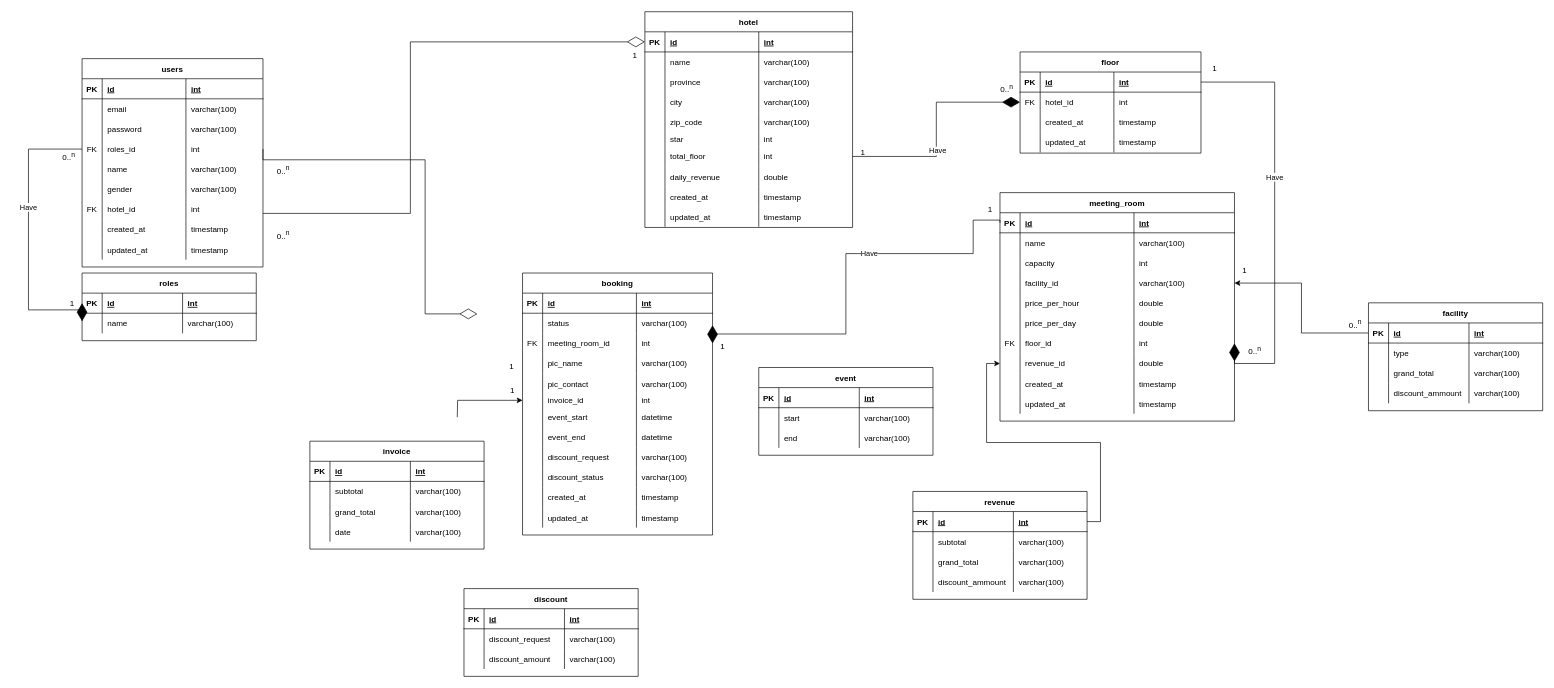
Earlier version of the draw.io diagram page "ERD Practice" (2 of 5) of entity_relationship_diagram/Booking_hotel.drawio (ariejanuarb/hotel_booking). Source tidied: cells renumbered, new cells numbered last; positions are measured from the earlier drawing's top-left corner, leaving out a move shared by most shapes. Both pictures are drawn from the tidied source at 67%, with x=0, y=0 at pixel (28, 11).
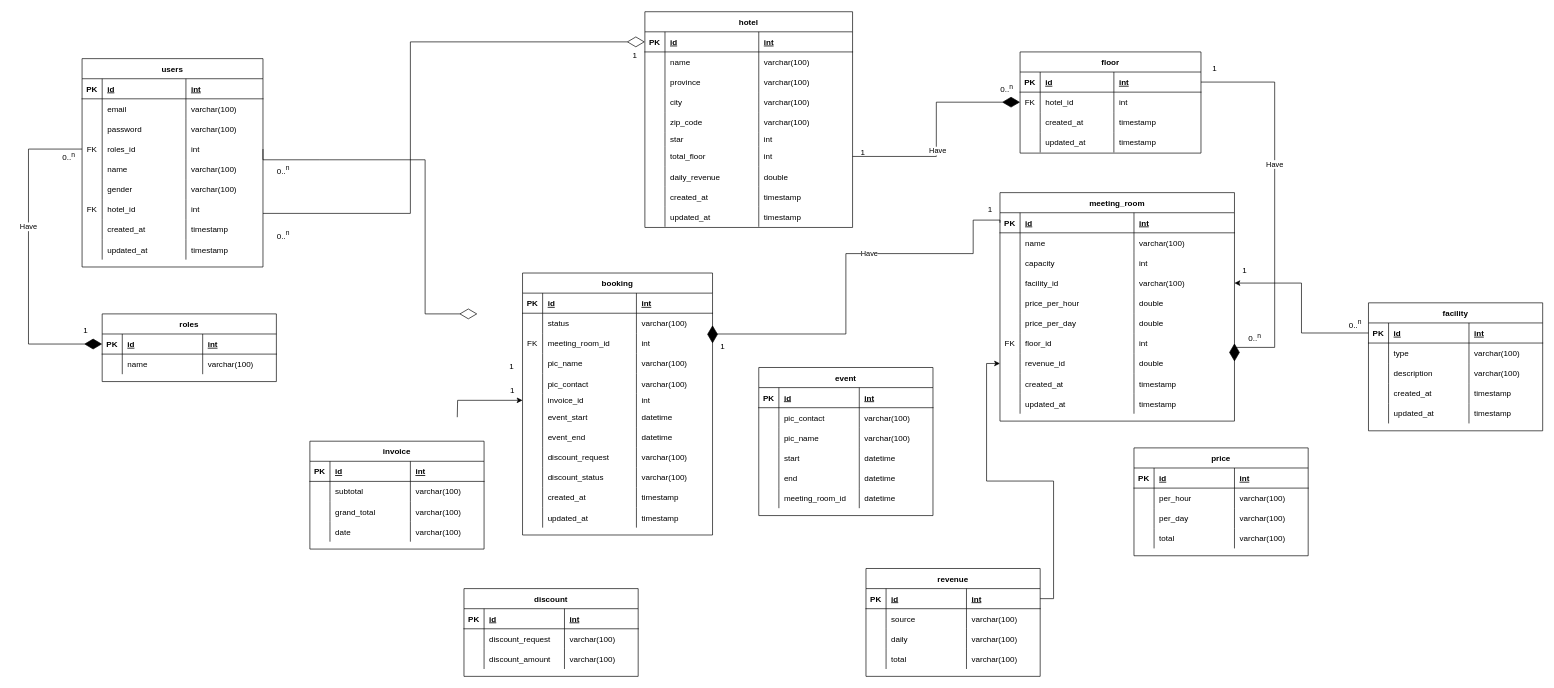
The same diagram, later.

The change refers to these unchanged cells:
```xml
<mxCell id="3" style="shape=partialRectangle;fillColor=none;points=[[0,0.5],[1,0.5]];portConstraint=eastwest;top=0;left=0;right=0;bottom=1;" parent="2" vertex="1">
  <mxGeometry y="30" width="260" height="30" as="geometry" />
</mxCell>
<mxCell id="24" style="shape=partialRectangle;fillColor=none;points=[[0,0.5],[1,0.5]];portConstraint=eastwest;top=0;left=0;right=0;bottom=0;" parent="11" vertex="1">
  <mxGeometry y="120" width="270" height="30" as="geometry" />
</mxCell>
<mxCell id="49" style="shape=partialRectangle;fillColor=none;points=[[0,0.5],[1,0.5]];portConstraint=eastwest;top=0;left=0;right=0;bottom=1;" parent="48" vertex="1">
  <mxGeometry y="30" width="270" height="30" as="geometry" />
</mxCell>
<mxCell id="90" style="shape=partialRectangle;fillColor=none;points=[[0,0.5],[1,0.5]];portConstraint=eastwest;top=0;left=0;right=0;bottom=0;" parent="65" vertex="1">
  <mxGeometry y="210" width="350" height="30" as="geometry" />
</mxCell>
<mxCell id="245" style="shape=partialRectangle;fillColor=none;top=0;left=0;right=0;bottom=0;" parent="236" vertex="1">
  <mxGeometry y="90" width="260" height="30" as="geometry" />
</mxCell>
<mxCell id="258" style="shape=partialRectangle;fillColor=none;top=0;left=0;right=0;bottom=0;" parent="253" vertex="1">
  <mxGeometry y="60" width="260" height="30" as="geometry" />
</mxCell>
<mxCell id="271" style="shape=partialRectangle;fillColor=none;top=0;left=0;right=0;bottom=0;" parent="266" vertex="1">
  <mxGeometry y="60" width="260" height="30" as="geometry" />
</mxCell>
<mxCell id="275" style="shape=partialRectangle;fillColor=none;top=0;left=0;right=0;bottom=0;" parent="266" vertex="1">
  <mxGeometry y="90" width="260" height="30" as="geometry" />
</mxCell>
<mxCell id="279" style="shape=partialRectangle;fillColor=none;top=0;left=0;right=0;bottom=0;" parent="266" vertex="1">
  <mxGeometry y="120" width="260" height="30" as="geometry" />
</mxCell>
```

What changed in the source:
```diff
@@
     <mxCell id="2" value="roles" style="shape=table;startSize=30;childLayout=tableLayout;rowLines=0;fontStyle=1;align=center;" parent="1" vertex="1">
-      <mxGeometry x="80" y="390" width="260" height="101" as="geometry" />
+      <mxGeometry x="110" y="451" width="260" height="101" as="geometry" />
     </mxCell>
@@
     <mxCell id="154" style="endArrow=diamondThin;endFill=1;endSize=24;html=1;rounded=0;edgeStyle=orthogonalEdgeStyle;entryX=1;entryY=0.5;entryDx=0;entryDy=0;exitX=1;exitY=0.5;exitDx=0;exitDy=0;" parent="1" edge="1" source="49" target="90">
       <mxGeometry relative="1" as="geometry">
         <Array as="points">
           <mxPoint x="1860" y="105" />
-          <mxPoint x="1860" y="525" />
+          <mxPoint x="1860" y="501" />
+          <mxPoint x="1800" y="501" />
         </Array>
       </mxGeometry>
     </mxCell>
@@
     <mxCell id="157" value="0..&lt;sup&gt;n&lt;/sup&gt;" style="text;html=1;align=center;verticalAlign=middle;strokeColor=none;fillColor=none;" parent="1" vertex="1">
-      <mxGeometry x="1810" y="491" width="40" height="30" as="geometry" />
+      <mxGeometry x="1810" y="471" width="40" height="30" as="geometry" />
     </mxCell>
@@
     <mxCell id="211" value="1" style="text;html=1;align=center;verticalAlign=middle;strokeColor=none;fillColor=none;" parent="1" vertex="1">
-      <mxGeometry x="50" y="421" width="30" height="30" as="geometry" />
+      <mxGeometry x="70" y="461" width="30" height="30" as="geometry" />
     </mxCell>
@@
     <mxCell id="213" style="endArrow=diamondThin;endFill=1;endSize=24;html=1;rounded=0;edgeStyle=orthogonalEdgeStyle;entryX=0;entryY=0.5;entryDx=0;entryDy=0;exitX=0;exitY=0.5;exitDx=0;exitDy=0;" parent="1" edge="1" source="24" target="3">
       <mxGeometry relative="1" as="geometry">
         <Array as="points">
           <mxPoint y="205" />
-          <mxPoint y="445" />
-          <mxPoint x="80" y="445" />
+          <mxPoint y="496" />
         </Array>
       </mxGeometry>
     </mxCell>
@@
     <mxCell id="236" value="facility" style="shape=table;startSize=30;childLayout=tableLayout;rowLines=0;fontStyle=1;align=center;" parent="1" vertex="1">
-      <mxGeometry x="2000" y="434.5" width="260" height="161" as="geometry" />
+      <mxGeometry x="2000" y="434.5" width="260" height="191" as="geometry" />
     </mxCell>
@@
-    <mxCell id="247" value="grand_total" style="shape=partialRectangle;overflow=hidden;fillColor=none;top=0;left=0;bottom=0;right=0;align=left;spacingLeft=6;" parent="245" vertex="1">
+    <mxCell id="247" value="description" style="shape=partialRectangle;overflow=hidden;fillColor=none;top=0;left=0;bottom=0;right=0;align=left;spacingLeft=6;" parent="245" vertex="1">
       <mxGeometry x="30" width="120" height="30" as="geometry" />
     </mxCell>
@@
-    <mxCell id="249" style="shape=partialRectangle;fillColor=none;top=0;left=0;right=0;bottom=0;" parent="236" vertex="1">
-      <mxGeometry y="120" width="260" height="30" as="geometry" />
-    </mxCell>
-    <mxCell id="250" style="shape=partialRectangle;overflow=hidden;fillColor=none;top=0;left=0;bottom=0;right=0;" parent="249" vertex="1">
-      <mxGeometry width="30" height="30" as="geometry" />
-    </mxCell>
-    <mxCell id="251" value="discount_ammount" style="shape=partialRectangle;overflow=hidden;fillColor=none;top=0;left=0;bottom=0;right=0;align=left;spacingLeft=6;" parent="249" vertex="1">
-      <mxGeometry x="30" width="120" height="30" as="geometry" />
-    </mxCell>
-    <mxCell id="252" value="varchar(100)" style="shape=partialRectangle;overflow=hidden;fillColor=none;top=0;left=0;bottom=0;right=0;align=left;spacingLeft=6;" parent="249" vertex="1">
-      <mxGeometry x="150" width="110" height="30" as="geometry" />
-    </mxCell>
+    <mxCell id="304" style="shape=partialRectangle;fillColor=none;top=0;left=0;right=0;bottom=0;" parent="236" vertex="1">
+      <mxGeometry y="120" width="260" height="30" as="geometry" />
+    </mxCell>
+    <mxCell id="305" style="shape=partialRectangle;overflow=hidden;fillColor=none;top=0;left=0;bottom=0;right=0;" parent="304" vertex="1">
+      <mxGeometry width="30" height="30" as="geometry" />
+    </mxCell>
+    <mxCell id="306" value="created_at" style="shape=partialRectangle;overflow=hidden;fillColor=none;top=0;left=0;bottom=0;right=0;align=left;spacingLeft=6;" parent="304" vertex="1">
+      <mxGeometry x="30" width="120" height="30" as="geometry" />
+    </mxCell>
+    <mxCell id="307" value="timestamp" style="shape=partialRectangle;overflow=hidden;fillColor=none;top=0;left=0;bottom=0;right=0;align=left;spacingLeft=6;" parent="304" vertex="1">
+      <mxGeometry x="150" width="110" height="30" as="geometry" />
+    </mxCell>
+    <mxCell id="308" style="shape=partialRectangle;fillColor=none;top=0;left=0;right=0;bottom=0;" parent="236" vertex="1">
+      <mxGeometry y="150" width="260" height="30" as="geometry" />
+    </mxCell>
+    <mxCell id="309" style="shape=partialRectangle;overflow=hidden;fillColor=none;top=0;left=0;bottom=0;right=0;" parent="308" vertex="1">
+      <mxGeometry width="30" height="30" as="geometry" />
+    </mxCell>
+    <mxCell id="310" value="updated_at" style="shape=partialRectangle;overflow=hidden;fillColor=none;top=0;left=0;bottom=0;right=0;align=left;spacingLeft=6;" parent="308" vertex="1">
+      <mxGeometry x="30" width="120" height="30" as="geometry" />
+    </mxCell>
+    <mxCell id="311" value="timestamp" style="shape=partialRectangle;overflow=hidden;fillColor=none;top=0;left=0;bottom=0;right=0;align=left;spacingLeft=6;" parent="308" vertex="1">
+      <mxGeometry x="150" width="110" height="30" as="geometry" />
+    </mxCell>
     <mxCell id="253" value="event" style="shape=table;startSize=30;childLayout=tableLayout;rowLines=0;fontStyle=1;align=center;" parent="1" vertex="1">
-      <mxGeometry x="1090" y="531" width="260" height="131" as="geometry" />
+      <mxGeometry x="1090" y="531" width="260" height="221" as="geometry" />
     </mxCell>
@@
-    <mxCell id="260" value="start" style="shape=partialRectangle;overflow=hidden;fillColor=none;top=0;left=0;bottom=0;right=0;align=left;spacingLeft=6;" parent="258" vertex="1">
+    <mxCell id="260" value="pic_contact" style="shape=partialRectangle;overflow=hidden;fillColor=none;top=0;left=0;bottom=0;right=0;align=left;spacingLeft=6;" parent="258" vertex="1">
       <mxGeometry x="30" width="120" height="30" as="geometry" />
     </mxCell>
@@
+    <mxCell id="312" style="shape=partialRectangle;fillColor=none;top=0;left=0;right=0;bottom=0;" parent="253" vertex="1">
+      <mxGeometry y="90" width="260" height="30" as="geometry" />
+    </mxCell>
+    <mxCell id="313" style="shape=partialRectangle;overflow=hidden;fillColor=none;top=0;left=0;bottom=0;right=0;" parent="312" vertex="1">
+      <mxGeometry width="30" height="30" as="geometry" />
+    </mxCell>
+    <mxCell id="314" value="pic_name" style="shape=partialRectangle;overflow=hidden;fillColor=none;top=0;left=0;bottom=0;right=0;align=left;spacingLeft=6;" parent="312" vertex="1">
+      <mxGeometry x="30" width="120" height="30" as="geometry" />
+    </mxCell>
+    <mxCell id="315" value="varchar(100)" style="shape=partialRectangle;overflow=hidden;fillColor=none;top=0;left=0;bottom=0;right=0;align=left;spacingLeft=6;" parent="312" vertex="1">
+      <mxGeometry x="150" width="110" height="30" as="geometry" />
+    </mxCell>
     <mxCell id="262" style="shape=partialRectangle;fillColor=none;top=0;left=0;right=0;bottom=0;" parent="253" vertex="1">
-      <mxGeometry y="90" width="260" height="30" as="geometry" />
+      <mxGeometry y="120" width="260" height="30" as="geometry" />
     </mxCell>
@@
-    <mxCell id="264" value="end" style="shape=partialRectangle;overflow=hidden;fillColor=none;top=0;left=0;bottom=0;right=0;align=left;spacingLeft=6;" parent="262" vertex="1">
+    <mxCell id="264" value="start" style="shape=partialRectangle;overflow=hidden;fillColor=none;top=0;left=0;bottom=0;right=0;align=left;spacingLeft=6;" parent="262" vertex="1">
       <mxGeometry x="30" width="120" height="30" as="geometry" />
     </mxCell>
-    <mxCell id="265" value="varchar(100)" style="shape=partialRectangle;overflow=hidden;fillColor=none;top=0;left=0;bottom=0;right=0;align=left;spacingLeft=6;" parent="262" vertex="1">
+    <mxCell id="265" value="datetime" style="shape=partialRectangle;overflow=hidden;fillColor=none;top=0;left=0;bottom=0;right=0;align=left;spacingLeft=6;" parent="262" vertex="1">
       <mxGeometry x="150" width="110" height="30" as="geometry" />
     </mxCell>
+    <mxCell id="316" style="shape=partialRectangle;fillColor=none;top=0;left=0;right=0;bottom=0;" parent="253" vertex="1">
+      <mxGeometry y="150" width="260" height="30" as="geometry" />
+    </mxCell>
+    <mxCell id="317" style="shape=partialRectangle;overflow=hidden;fillColor=none;top=0;left=0;bottom=0;right=0;" parent="316" vertex="1">
+      <mxGeometry width="30" height="30" as="geometry" />
+    </mxCell>
+    <mxCell id="318" value="end" style="shape=partialRectangle;overflow=hidden;fillColor=none;top=0;left=0;bottom=0;right=0;align=left;spacingLeft=6;" parent="316" vertex="1">
+      <mxGeometry x="30" width="120" height="30" as="geometry" />
+    </mxCell>
+    <mxCell id="319" value="datetime" style="shape=partialRectangle;overflow=hidden;fillColor=none;top=0;left=0;bottom=0;right=0;align=left;spacingLeft=6;" parent="316" vertex="1">
+      <mxGeometry x="150" width="110" height="30" as="geometry" />
+    </mxCell>
+    <mxCell id="320" style="shape=partialRectangle;fillColor=none;top=0;left=0;right=0;bottom=0;" parent="253" vertex="1">
+      <mxGeometry y="180" width="260" height="30" as="geometry" />
+    </mxCell>
+    <mxCell id="321" style="shape=partialRectangle;overflow=hidden;fillColor=none;top=0;left=0;bottom=0;right=0;" parent="320" vertex="1">
+      <mxGeometry width="30" height="30" as="geometry" />
+    </mxCell>
+    <mxCell id="322" value="meeting_room_id" style="shape=partialRectangle;overflow=hidden;fillColor=none;top=0;left=0;bottom=0;right=0;align=left;spacingLeft=6;" parent="320" vertex="1">
+      <mxGeometry x="30" width="120" height="30" as="geometry" />
+    </mxCell>
+    <mxCell id="323" value="datetime" style="shape=partialRectangle;overflow=hidden;fillColor=none;top=0;left=0;bottom=0;right=0;align=left;spacingLeft=6;" parent="320" vertex="1">
+      <mxGeometry x="150" width="110" height="30" as="geometry" />
+    </mxCell>
     <mxCell id="266" value="revenue" style="shape=table;startSize=30;childLayout=tableLayout;rowLines=0;fontStyle=1;align=center;" parent="1" vertex="1">
-      <mxGeometry x="1320" y="716" width="260" height="161" as="geometry" />
+      <mxGeometry x="1250" y="831" width="260" height="161" as="geometry" />
     </mxCell>
@@
-    <mxCell id="273" value="subtotal" style="shape=partialRectangle;overflow=hidden;fillColor=none;top=0;left=0;bottom=0;right=0;align=left;spacingLeft=6;" parent="271" vertex="1">
+    <mxCell id="273" value="source" style="shape=partialRectangle;overflow=hidden;fillColor=none;top=0;left=0;bottom=0;right=0;align=left;spacingLeft=6;" parent="271" vertex="1">
       <mxGeometry x="30" width="120" height="30" as="geometry" />
     </mxCell>
@@
-    <mxCell id="277" value="grand_total" style="shape=partialRectangle;overflow=hidden;fillColor=none;top=0;left=0;bottom=0;right=0;align=left;spacingLeft=6;" parent="275" vertex="1">
+    <mxCell id="277" value="daily" style="shape=partialRectangle;overflow=hidden;fillColor=none;top=0;left=0;bottom=0;right=0;align=left;spacingLeft=6;" parent="275" vertex="1">
       <mxGeometry x="30" width="120" height="30" as="geometry" />
     </mxCell>
@@
-    <mxCell id="281" value="discount_ammount" style="shape=partialRectangle;overflow=hidden;fillColor=none;top=0;left=0;bottom=0;right=0;align=left;spacingLeft=6;" parent="279" vertex="1">
+    <mxCell id="281" value="total" style="shape=partialRectangle;overflow=hidden;fillColor=none;top=0;left=0;bottom=0;right=0;align=left;spacingLeft=6;" parent="279" vertex="1">
       <mxGeometry x="30" width="120" height="30" as="geometry" />
     </mxCell>
@@
+    <mxCell id="324" value="price" style="shape=table;startSize=30;childLayout=tableLayout;rowLines=0;fontStyle=1;align=center;" parent="1" vertex="1">
+      <mxGeometry x="1650" y="651" width="260" height="161" as="geometry" />
+    </mxCell>
+    <mxCell id="325" style="shape=partialRectangle;fillColor=none;top=0;left=0;right=0;bottom=1;" parent="324" vertex="1">
+      <mxGeometry y="30" width="260" height="30" as="geometry" />
+    </mxCell>
+    <mxCell id="326" value="PK" style="shape=partialRectangle;overflow=hidden;fillColor=none;top=0;left=0;bottom=0;right=0;fontStyle=1;" parent="325" vertex="1">
+      <mxGeometry width="30" height="30" as="geometry" />
+    </mxCell>
+    <mxCell id="327" value="id" style="shape=partialRectangle;overflow=hidden;fillColor=none;top=0;left=0;bottom=0;right=0;align=left;spacingLeft=6;fontStyle=5;" parent="325" vertex="1">
+      <mxGeometry x="30" width="120" height="30" as="geometry" />
+    </mxCell>
+    <mxCell id="328" value="int" style="shape=partialRectangle;overflow=hidden;fillColor=none;top=0;left=0;bottom=0;right=0;align=left;spacingLeft=6;fontStyle=5;" parent="325" vertex="1">
+      <mxGeometry x="150" width="110" height="30" as="geometry" />
+    </mxCell>
+    <mxCell id="329" style="shape=partialRectangle;fillColor=none;top=0;left=0;right=0;bottom=0;" parent="324" vertex="1">
+      <mxGeometry y="60" width="260" height="30" as="geometry" />
+    </mxCell>
+    <mxCell id="330" style="shape=partialRectangle;overflow=hidden;fillColor=none;top=0;left=0;bottom=0;right=0;" parent="329" vertex="1">
+      <mxGeometry width="30" height="30" as="geometry" />
+    </mxCell>
+    <mxCell id="331" value="per_hour" style="shape=partialRectangle;overflow=hidden;fillColor=none;top=0;left=0;bottom=0;right=0;align=left;spacingLeft=6;" parent="329" vertex="1">
+      <mxGeometry x="30" width="120" height="30" as="geometry" />
+    </mxCell>
+    <mxCell id="332" value="varchar(100)" style="shape=partialRectangle;overflow=hidden;fillColor=none;top=0;left=0;bottom=0;right=0;align=left;spacingLeft=6;" parent="329" vertex="1">
+      <mxGeometry x="150" width="110" height="30" as="geometry" />
+    </mxCell>
+    <mxCell id="333" style="shape=partialRectangle;fillColor=none;top=0;left=0;right=0;bottom=0;" parent="324" vertex="1">
+      <mxGeometry y="90" width="260" height="30" as="geometry" />
+    </mxCell>
+    <mxCell id="334" style="shape=partialRectangle;overflow=hidden;fillColor=none;top=0;left=0;bottom=0;right=0;" parent="333" vertex="1">
+      <mxGeometry width="30" height="30" as="geometry" />
+    </mxCell>
+    <mxCell id="335" value="per_day" style="shape=partialRectangle;overflow=hidden;fillColor=none;top=0;left=0;bottom=0;right=0;align=left;spacingLeft=6;" parent="333" vertex="1">
+      <mxGeometry x="30" width="120" height="30" as="geometry" />
+    </mxCell>
+    <mxCell id="336" value="varchar(100)" style="shape=partialRectangle;overflow=hidden;fillColor=none;top=0;left=0;bottom=0;right=0;align=left;spacingLeft=6;" parent="333" vertex="1">
+      <mxGeometry x="150" width="110" height="30" as="geometry" />
+    </mxCell>
+    <mxCell id="337" style="shape=partialRectangle;fillColor=none;top=0;left=0;right=0;bottom=0;" parent="324" vertex="1">
+      <mxGeometry y="120" width="260" height="30" as="geometry" />
+    </mxCell>
+    <mxCell id="338" style="shape=partialRectangle;overflow=hidden;fillColor=none;top=0;left=0;bottom=0;right=0;" parent="337" vertex="1">
+      <mxGeometry width="30" height="30" as="geometry" />
+    </mxCell>
+    <mxCell id="339" value="total" style="shape=partialRectangle;overflow=hidden;fillColor=none;top=0;left=0;bottom=0;right=0;align=left;spacingLeft=6;" parent="337" vertex="1">
+      <mxGeometry x="30" width="120" height="30" as="geometry" />
+    </mxCell>
+    <mxCell id="340" value="varchar(100)" style="shape=partialRectangle;overflow=hidden;fillColor=none;top=0;left=0;bottom=0;right=0;align=left;spacingLeft=6;" parent="337" vertex="1">
+      <mxGeometry x="150" width="110" height="30" as="geometry" />
+    </mxCell>
```
